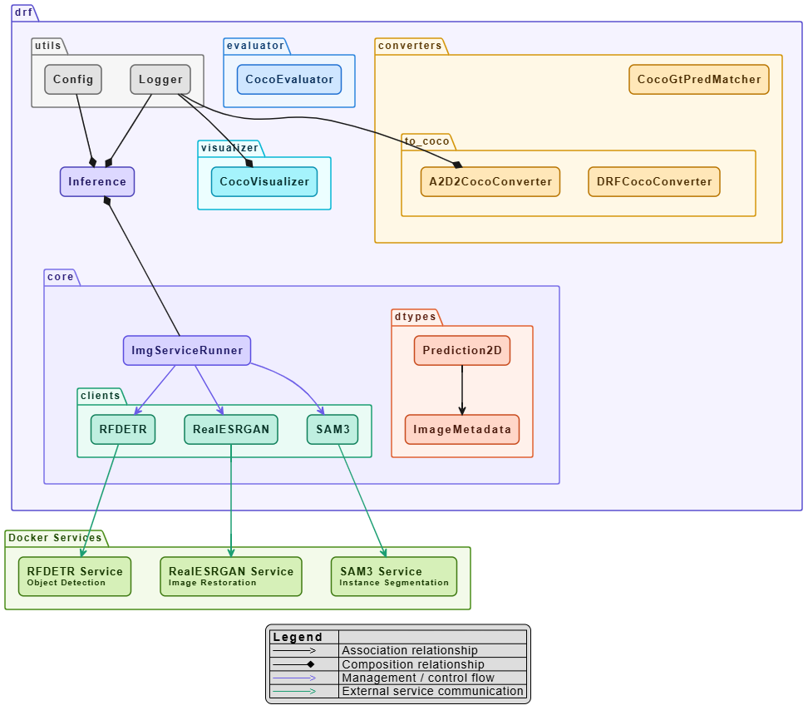
The PlantUML diagram docs/architecture.png in benkobotika/det-2d-refiner, before a commit. Its source is kept beside it as docs/architecture.plantuml.
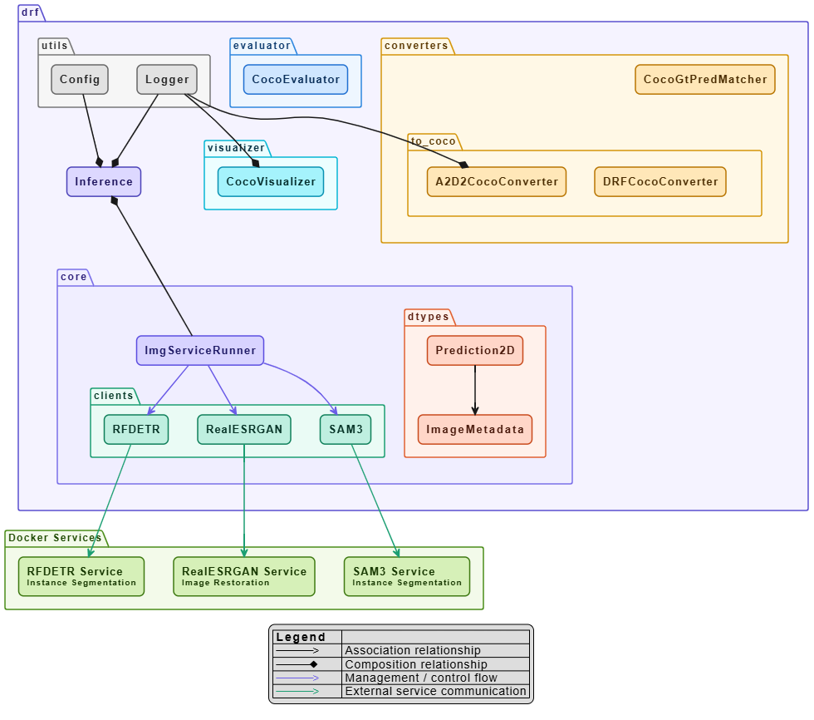
Later version of the same file.

Change to the diagram source:
```diff
@@ -148,7 +148,7 @@
 }
 
 package "Docker Services" <<services>> {
-  rectangle "RFDETR Service\n<size:10>Object Detection</size>" <<services>> as RFDETRService
+  rectangle "RFDETR Service\n<size:10>Instance Segmentation</size>" <<services>> as RFDETRService
   rectangle "SAM3 Service\n<size:10>Instance Segmentation</size>" <<services>> as SAM3Service
   rectangle "RealESRGAN Service\n<size:10>Image Restoration</size>" <<services>> as ESRGANService
 }
```
